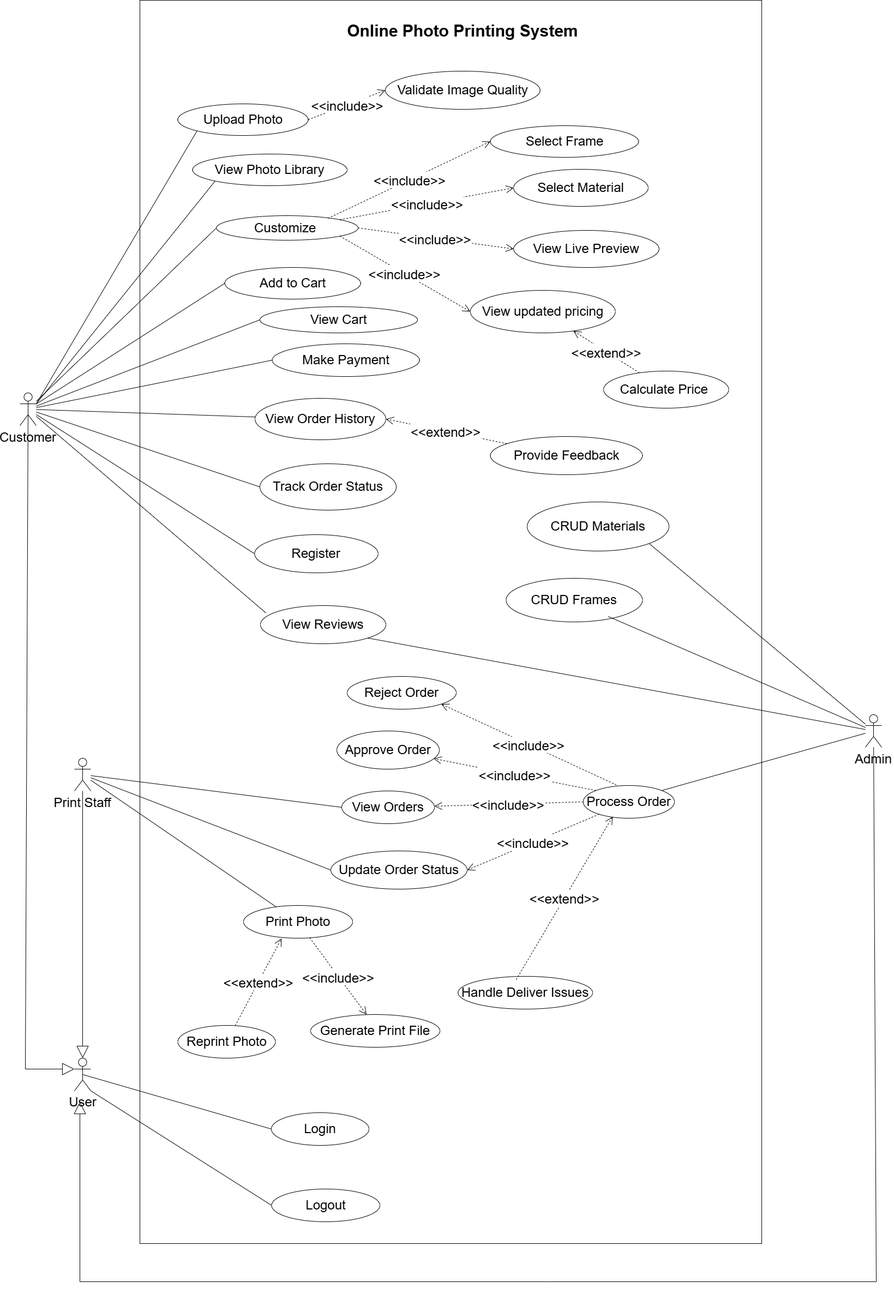
Before: custom-photo-printing-website/docs/diagrams/usecase.png, a diagram exported from draw.io (Khuyen-Ng/BA-PROJECT). Source tidied: cells renumbered, new cells last; positions are measured from the earlier drawing's top-left corner, leaving out a move shared by most shapes.
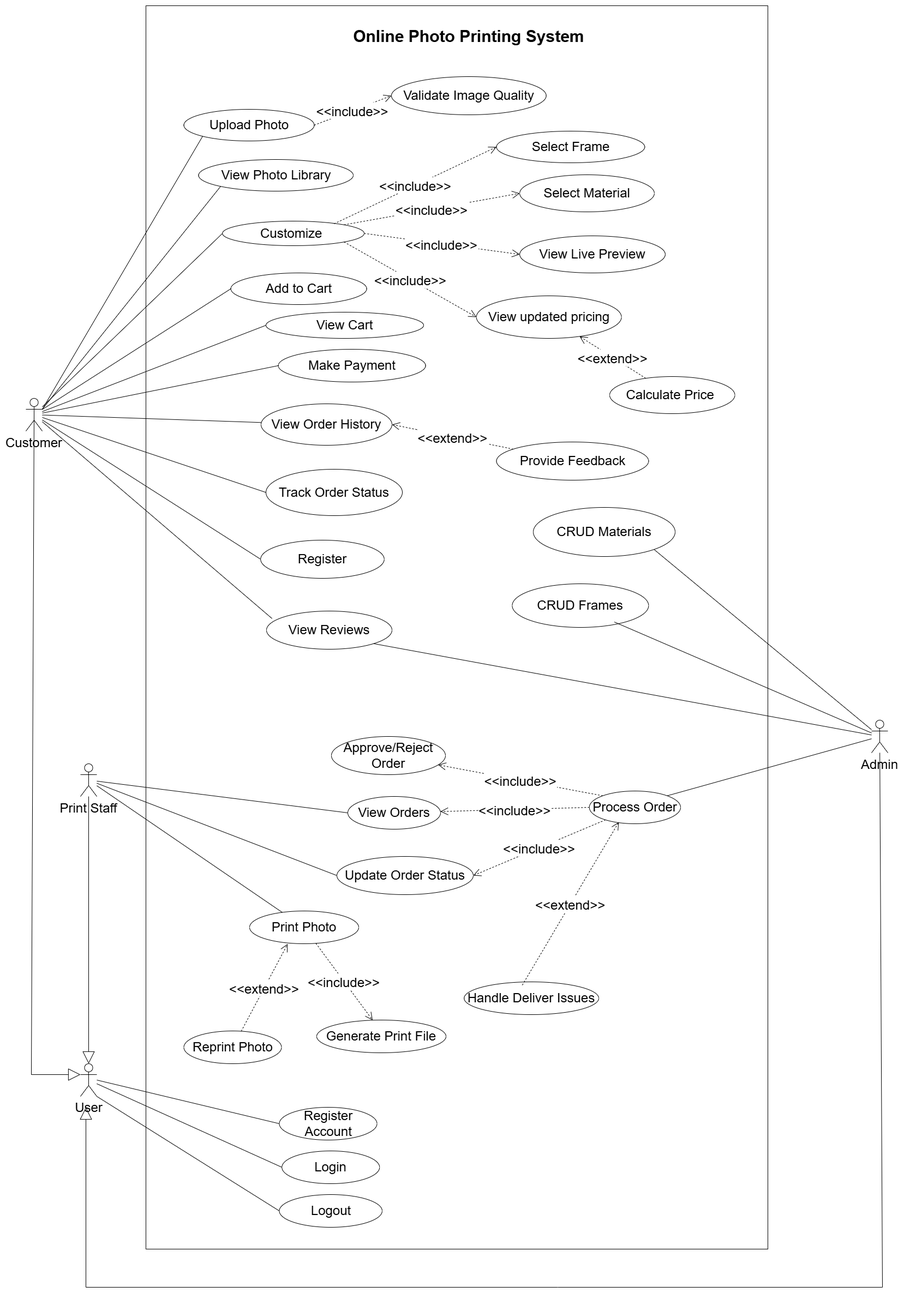
After the change.

Diff of the diagram source:
```diff
@@ -9,7 +9,7 @@
       <mxGeometry y="720" width="30" height="60" as="geometry" />
     </mxCell>
     <mxCell id="4" value="Login" style="ellipse;whiteSpace=wrap;fontSize=24;" parent="1" vertex="1">
-      <mxGeometry x="461" y="2040" width="179" height="60" as="geometry" />
+      <mxGeometry x="469.2" y="2100" width="179" height="60" as="geometry" />
     </mxCell>
     <mxCell id="5" value="Register" style="ellipse;whiteSpace=wrap;fontSize=24;" parent="1" vertex="1">
       <mxGeometry x="430.2" y="980" width="226.5" height="70" as="geometry" />
@@ -135,7 +135,7 @@
       <mxGeometry relative="1" as="geometry" />
     </mxCell>
     <mxCell id="46" value="Logout" style="ellipse;whiteSpace=wrap;fontSize=24;" parent="1" vertex="1">
-      <mxGeometry x="461.5" y="2180" width="198.5" height="60" as="geometry" />
+      <mxGeometry x="464.5" y="2180" width="188.5" height="60" as="geometry" />
     </mxCell>
     <mxCell id="47" value="Update Order Status" style="ellipse;whiteSpace=wrap;fontSize=24;" parent="1" vertex="1">
       <mxGeometry x="570" y="1560" width="250" height="70" as="geometry" />
@@ -194,8 +194,8 @@
     <mxCell id="65" value="Reprint Photo" style="ellipse;whiteSpace=wrap;fontSize=24;" parent="1" vertex="1">
       <mxGeometry x="289.5" y="1880" width="179" height="60" as="geometry" />
     </mxCell>
-    <mxCell id="66" value="Approve Order" style="ellipse;whiteSpace=wrap;fontSize=24;" parent="1" vertex="1">
-      <mxGeometry x="581" y="1340" width="188" height="70" as="geometry" />
+    <mxCell id="66" value="Approve/Reject Order" style="ellipse;whiteSpace=wrap;fontSize=24;" parent="1" vertex="1">
+      <mxGeometry x="560" y="1340" width="209" height="70" as="geometry" />
     </mxCell>
     <mxCell id="67" value="&lt;&lt;include&gt;&gt;" style="endArrow=open;endSize=12;dashed=1;rounded=0;fontSize=24;exitX=0;exitY=0;exitDx=0;exitDy=0;" parent="1" edge="1" source="28" target="66">
       <mxGeometry relative="1" as="geometry" />
@@ -209,7 +209,7 @@
     <mxCell id="70" style="endArrow=none;html=1;rounded=0;exitX=1;exitY=1;exitDx=0;exitDy=0;exitPerimeter=0;entryX=0;entryY=0.5;entryDx=0;entryDy=0;fontSize=24;" parent="1" edge="1" source="68" target="46">
       <mxGeometry relative="1" as="geometry" />
     </mxCell>
-    <mxCell id="71" style="endArrow=none;html=1;rounded=0;exitX=0.5;exitY=0.5;exitDx=0;exitDy=0;exitPerimeter=0;entryX=0;entryY=0.5;entryDx=0;entryDy=0;fontSize=24;" parent="1" edge="1" source="68" target="4">
+    <mxCell id="71" style="endArrow=none;html=1;rounded=0;entryX=0;entryY=0.5;entryDx=0;entryDy=0;fontSize=24;" parent="1" edge="1" source="68" target="4">
       <mxGeometry relative="1" as="geometry" />
     </mxCell>
     <mxCell id="72" style="endArrow=block;html=1;rounded=0;endFill=0;endSize=20;fontSize=24;exitX=0.5;exitY=0.5;exitDx=0;exitDy=0;exitPerimeter=0;entryX=0;entryY=0.3333333333333333;entryDx=0;entryDy=0;entryPerimeter=0;" parent="1" edge="1" source="3" target="68">
@@ -229,11 +229,13 @@
         </Array>
       </mxGeometry>
     </mxCell>
-    <mxCell id="74" value="Reject Order" style="ellipse;whiteSpace=wrap;fontSize=24;" parent="1" vertex="1">
-      <mxGeometry x="600" y="1240" width="200" height="60" as="geometry" />
-    </mxCell>
-    <mxCell id="75" value="&lt;&lt;include&gt;&gt;" style="endArrow=open;endSize=12;dashed=1;rounded=0;fontSize=24;exitX=0.364;exitY=-0.018;exitDx=0;exitDy=0;entryX=1;entryY=1;entryDx=0;entryDy=0;exitPerimeter=0;" parent="1" edge="1" source="28" target="74">
-      <mxGeometry relative="1" as="geometry" />
-    </mxCell>
+    <mxCell id="76" value="Register Account" style="ellipse;whiteSpace=wrap;fontSize=24;" parent="1" vertex="1">
+      <mxGeometry x="464.5" y="2020" width="179" height="60" as="geometry" />
+    </mxCell>
+    <mxCell id="77" style="endArrow=none;html=1;rounded=0;entryX=0;entryY=0.5;entryDx=0;entryDy=0;fontSize=24;" parent="1" edge="1" target="76">
+      <mxGeometry relative="1" as="geometry">
+        <mxPoint x="130" y="1970" as="sourcePoint" />
+      </mxGeometry>
+    </mxCell>
   </root>
 </mxGraphModel>
```
